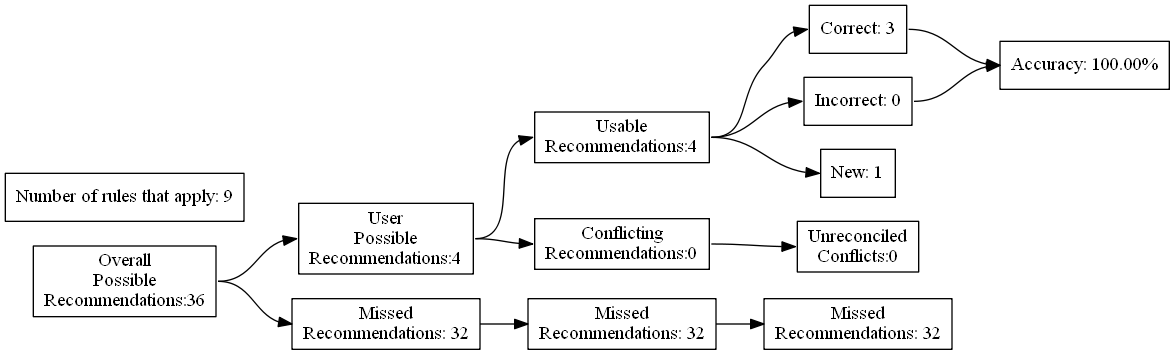
ZaxR/ibd_diet_analysis keeps this Graphviz diagram as test_renders/106.gv.png. Above is the earlier version. Its source is kept beside it as test_renders/106.gv.
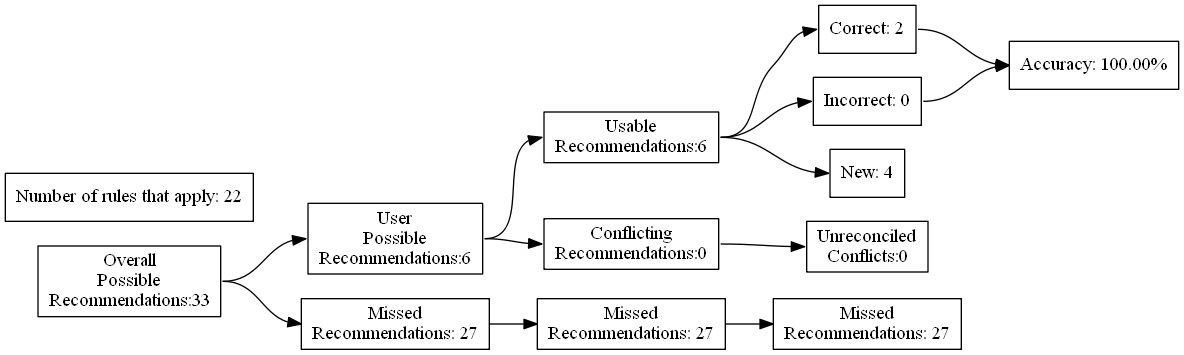
Later version of the same file.

What changed in the source:
```diff
@@ -4,27 +4,27 @@
 	edge [headport=w tailport=e]
 		A [label="Overall
 Possible
-Recommendations:36"]
+Recommendations:33"]
 		B [label="User
 Possible
-Recommendations:4"]
+Recommendations:6"]
 		C [label="Missed
-Recommendations: 32"]
+Recommendations: 27"]
 		D [label="Usable
-Recommendations:4"]
+Recommendations:6"]
 		E [label="Conflicting
 Recommendations:0"]
 		J [label="Missed
-Recommendations: 32"]
+Recommendations: 27"]
 		M [label="Unreconciled
 Conflicts:0"]
-		F [label="Correct: 3"]
+		F [label="Correct: 2"]
 		G [label="Incorrect: 0"]
-		H [label="New: 1"]
+		H [label="New: 4"]
 		K [label="Missed
-Recommendations: 32"]
+Recommendations: 27"]
 		I [label="Accuracy: 100.00%"]
-		l [label="Number of rules that apply: 9"]
+		l [label="Number of rules that apply: 22"]
 			A -> B
 			A -> C
 			B -> D
```
